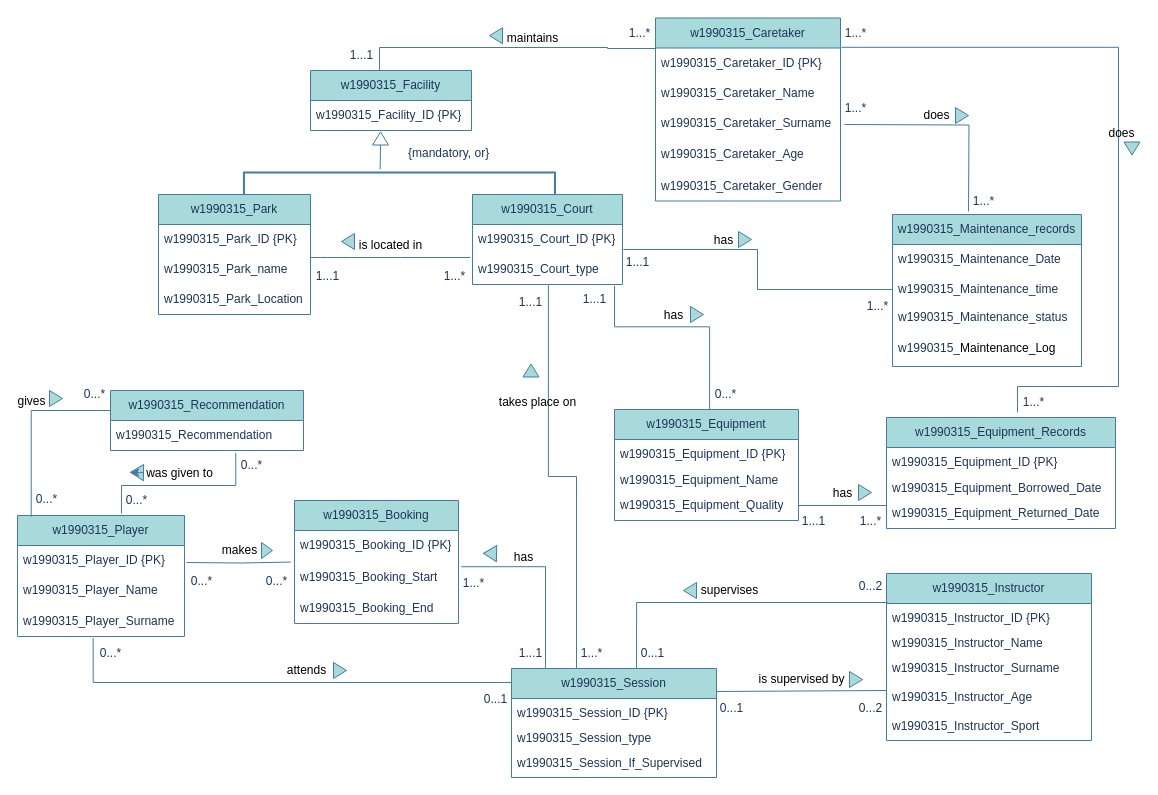
Before: page "Kopia Strona-1" (3 of 3) of DB_cwk.drawio in frajdzia/DB_cwk, a draw.io diagram. Source tidied: cells renumbered, new cells numbered last; positions are measured from the earlier drawing's top-left corner, leaving out a move shared by most shapes. Both pictures are drawn from the tidied source at 100%, with x=0, y=0 at pixel (17, 18).
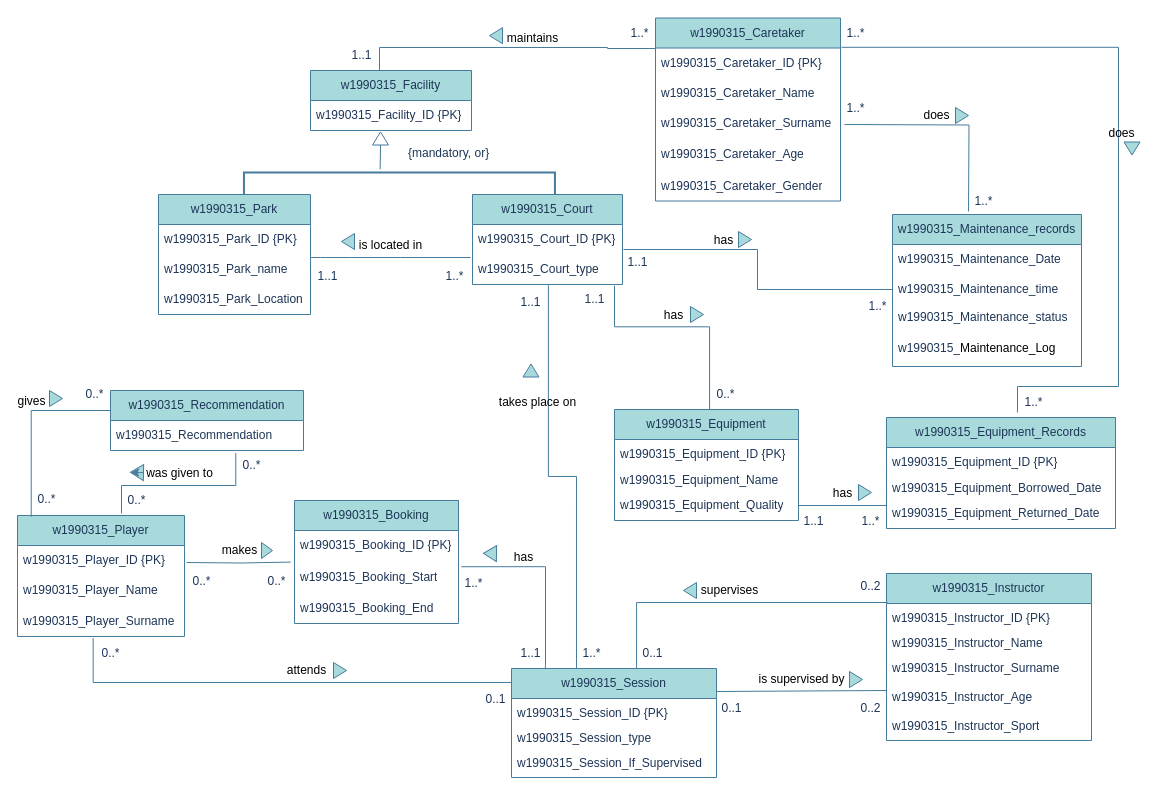
The same page after the edit.

Change to the diagram source:
```diff
@@
-    <mxCell id="85" value="1...1" style="text;html=1;align=center;verticalAlign=middle;whiteSpace=wrap;rounded=0;labelBackgroundColor=none;fontColor=#1D3557;" parent="1" vertex="1">
+    <mxCell id="85" value="1..1" style="text;html=1;align=center;verticalAlign=middle;whiteSpace=wrap;rounded=0;labelBackgroundColor=none;fontColor=#1D3557;" parent="1" vertex="1">
       <mxGeometry x="295" y="243" width="31" height="30" as="geometry" />
     </mxCell>
-    <mxCell id="86" value="1...*" style="text;html=1;align=center;verticalAlign=middle;whiteSpace=wrap;rounded=0;labelBackgroundColor=none;fontColor=#1D3557;" parent="1" vertex="1">
+    <mxCell id="86" value="1..*" style="text;html=1;align=center;verticalAlign=middle;whiteSpace=wrap;rounded=0;labelBackgroundColor=none;fontColor=#1D3557;" parent="1" vertex="1">
       <mxGeometry x="421.5" y="243" width="31" height="30" as="geometry" />
     </mxCell>
-    <mxCell id="87" value="1...*" style="text;html=1;align=center;verticalAlign=middle;whiteSpace=wrap;rounded=0;labelBackgroundColor=none;fontColor=#1D3557;" parent="1" vertex="1">
+    <mxCell id="87" value="1..*" style="text;html=1;align=center;verticalAlign=middle;whiteSpace=wrap;rounded=0;labelBackgroundColor=none;fontColor=#1D3557;" parent="1" vertex="1">
       <mxGeometry x="559" y="620" width="31" height="30" as="geometry" />
     </mxCell>
-    <mxCell id="88" value="1...1" style="text;html=1;align=center;verticalAlign=middle;whiteSpace=wrap;rounded=0;labelBackgroundColor=none;fontColor=#1D3557;" parent="1" vertex="1">
+    <mxCell id="88" value="1..1" style="text;html=1;align=center;verticalAlign=middle;whiteSpace=wrap;rounded=0;labelBackgroundColor=none;fontColor=#1D3557;" parent="1" vertex="1">
       <mxGeometry x="498" y="269" width="31" height="30" as="geometry" />
     </mxCell>
-    <mxCell id="89" value="1...*" style="text;html=1;align=center;verticalAlign=middle;whiteSpace=wrap;rounded=0;labelBackgroundColor=none;fontColor=#1D3557;" parent="1" vertex="1">
+    <mxCell id="89" value="1..*" style="text;html=1;align=center;verticalAlign=middle;whiteSpace=wrap;rounded=0;labelBackgroundColor=none;fontColor=#1D3557;" parent="1" vertex="1">
       <mxGeometry x="441" y="550" width="31" height="30" as="geometry" />
     </mxCell>
-    <mxCell id="90" value="0...*" style="text;html=1;align=center;verticalAlign=middle;whiteSpace=wrap;rounded=0;labelBackgroundColor=none;fontColor=#1D3557;" parent="1" vertex="1">
+    <mxCell id="90" value="0..*" style="text;html=1;align=center;verticalAlign=middle;whiteSpace=wrap;rounded=0;labelBackgroundColor=none;fontColor=#1D3557;" parent="1" vertex="1">
       <mxGeometry x="78" y="620" width="31" height="30" as="geometry" />
     </mxCell>
-    <mxCell id="91" value="0...1" style="text;html=1;align=center;verticalAlign=middle;whiteSpace=wrap;rounded=0;labelBackgroundColor=none;fontColor=#1D3557;" parent="1" vertex="1">
+    <mxCell id="91" value="0..1" style="text;html=1;align=center;verticalAlign=middle;whiteSpace=wrap;rounded=0;labelBackgroundColor=none;fontColor=#1D3557;" parent="1" vertex="1">
       <mxGeometry x="463" y="666" width="31" height="30" as="geometry" />
     </mxCell>
-    <mxCell id="92" value="0...*" style="text;html=1;align=center;verticalAlign=middle;whiteSpace=wrap;rounded=0;labelBackgroundColor=none;fontColor=#1D3557;" parent="1" vertex="1">
+    <mxCell id="92" value="0..*" style="text;html=1;align=center;verticalAlign=middle;whiteSpace=wrap;rounded=0;labelBackgroundColor=none;fontColor=#1D3557;" parent="1" vertex="1">
       <mxGeometry x="169" y="548" width="31" height="30" as="geometry" />
     </mxCell>
-    <mxCell id="93" value="0...*" style="text;html=1;align=center;verticalAlign=middle;whiteSpace=wrap;rounded=0;labelBackgroundColor=none;fontColor=#1D3557;" parent="1" vertex="1">
+    <mxCell id="93" value="0..*" style="text;html=1;align=center;verticalAlign=middle;whiteSpace=wrap;rounded=0;labelBackgroundColor=none;fontColor=#1D3557;" parent="1" vertex="1">
       <mxGeometry x="244" y="548" width="31" height="30" as="geometry" />
     </mxCell>
-    <mxCell id="94" value="0...*" style="text;html=1;align=center;verticalAlign=middle;whiteSpace=wrap;rounded=0;labelBackgroundColor=none;fontColor=#1D3557;" parent="1" vertex="1">
+    <mxCell id="94" value="0..*" style="text;html=1;align=center;verticalAlign=middle;whiteSpace=wrap;rounded=0;labelBackgroundColor=none;fontColor=#1D3557;" parent="1" vertex="1">
       <mxGeometry x="104" y="467" width="31" height="30" as="geometry" />
     </mxCell>
-    <mxCell id="95" value="0...*" style="text;html=1;align=center;verticalAlign=middle;whiteSpace=wrap;rounded=0;labelBackgroundColor=none;fontColor=#1D3557;" parent="1" vertex="1">
+    <mxCell id="95" value="0..*" style="text;html=1;align=center;verticalAlign=middle;whiteSpace=wrap;rounded=0;labelBackgroundColor=none;fontColor=#1D3557;" parent="1" vertex="1">
       <mxGeometry x="219" y="431.5" width="31" height="30" as="geometry" />
     </mxCell>
-    <mxCell id="96" value="0...*" style="text;html=1;align=center;verticalAlign=middle;whiteSpace=wrap;rounded=0;labelBackgroundColor=none;fontColor=#1D3557;" parent="1" vertex="1">
+    <mxCell id="96" value="0..*" style="text;html=1;align=center;verticalAlign=middle;whiteSpace=wrap;rounded=0;labelBackgroundColor=none;fontColor=#1D3557;" parent="1" vertex="1">
       <mxGeometry x="62" y="361" width="31" height="30" as="geometry" />
     </mxCell>
-    <mxCell id="97" value="0...*" style="text;html=1;align=center;verticalAlign=middle;whiteSpace=wrap;rounded=0;labelBackgroundColor=none;fontColor=#1D3557;" parent="1" vertex="1">
+    <mxCell id="97" value="0..*" style="text;html=1;align=center;verticalAlign=middle;whiteSpace=wrap;rounded=0;labelBackgroundColor=none;fontColor=#1D3557;" parent="1" vertex="1">
       <mxGeometry x="14" y="466" width="31" height="30" as="geometry" />
     </mxCell>
-    <mxCell id="98" value="1...1" style="text;html=1;align=center;verticalAlign=middle;whiteSpace=wrap;rounded=0;labelBackgroundColor=none;fontColor=#1D3557;" parent="1" vertex="1">
+    <mxCell id="98" value="1..1" style="text;html=1;align=center;verticalAlign=middle;whiteSpace=wrap;rounded=0;labelBackgroundColor=none;fontColor=#1D3557;" parent="1" vertex="1">
       <mxGeometry x="329" y="22" width="31" height="30" as="geometry" />
     </mxCell>
-    <mxCell id="99" value="1...*" style="text;html=1;align=center;verticalAlign=middle;whiteSpace=wrap;rounded=0;labelBackgroundColor=none;fontColor=#1D3557;" parent="1" vertex="1">
+    <mxCell id="99" value="1..*" style="text;html=1;align=center;verticalAlign=middle;whiteSpace=wrap;rounded=0;labelBackgroundColor=none;fontColor=#1D3557;" parent="1" vertex="1">
       <mxGeometry x="607" y="-0.5" width="31" height="30" as="geometry" />
     </mxCell>
-    <mxCell id="100" value="0...*" style="text;html=1;align=center;verticalAlign=middle;whiteSpace=wrap;rounded=0;labelBackgroundColor=none;fontColor=#1D3557;" parent="1" vertex="1">
+    <mxCell id="100" value="0..*" style="text;html=1;align=center;verticalAlign=middle;whiteSpace=wrap;rounded=0;labelBackgroundColor=none;fontColor=#1D3557;" parent="1" vertex="1">
       <mxGeometry x="693" y="361" width="31" height="30" as="geometry" />
     </mxCell>
-    <mxCell id="101" value="1...1" style="text;html=1;align=center;verticalAlign=middle;whiteSpace=wrap;rounded=0;labelBackgroundColor=none;fontColor=#1D3557;" parent="1" vertex="1">
+    <mxCell id="101" value="1..1" style="text;html=1;align=center;verticalAlign=middle;whiteSpace=wrap;rounded=0;labelBackgroundColor=none;fontColor=#1D3557;" parent="1" vertex="1">
       <mxGeometry x="562" y="266" width="31" height="30" as="geometry" />
     </mxCell>
-    <mxCell id="102" value="1...1" style="text;html=1;align=center;verticalAlign=middle;whiteSpace=wrap;rounded=0;labelBackgroundColor=none;fontColor=#1D3557;" parent="1" vertex="1">
+    <mxCell id="102" value="1..1" style="text;html=1;align=center;verticalAlign=middle;whiteSpace=wrap;rounded=0;labelBackgroundColor=none;fontColor=#1D3557;" parent="1" vertex="1">
       <mxGeometry x="605" y="229" width="31" height="30" as="geometry" />
     </mxCell>
-    <mxCell id="103" value="1...*" style="text;html=1;align=center;verticalAlign=middle;whiteSpace=wrap;rounded=0;labelBackgroundColor=none;fontColor=#1D3557;" parent="1" vertex="1">
+    <mxCell id="103" value="1..*" style="text;html=1;align=center;verticalAlign=middle;whiteSpace=wrap;rounded=0;labelBackgroundColor=none;fontColor=#1D3557;" parent="1" vertex="1">
       <mxGeometry x="845" y="273" width="31" height="30" as="geometry" />
     </mxCell>
-    <mxCell id="104" value="0...1" style="text;html=1;align=center;verticalAlign=middle;whiteSpace=wrap;rounded=0;labelBackgroundColor=none;fontColor=#1D3557;" parent="1" vertex="1">
+    <mxCell id="104" value="0..1" style="text;html=1;align=center;verticalAlign=middle;whiteSpace=wrap;rounded=0;labelBackgroundColor=none;fontColor=#1D3557;" parent="1" vertex="1">
       <mxGeometry x="699" y="675" width="31" height="30" as="geometry" />
     </mxCell>
-    <mxCell id="105" value="0...2" style="text;html=1;align=center;verticalAlign=middle;whiteSpace=wrap;rounded=0;labelBackgroundColor=none;fontColor=#1D3557;" parent="1" vertex="1">
+    <mxCell id="105" value="0..2" style="text;html=1;align=center;verticalAlign=middle;whiteSpace=wrap;rounded=0;labelBackgroundColor=none;fontColor=#1D3557;" parent="1" vertex="1">
       <mxGeometry x="838" y="675" width="31" height="30" as="geometry" />
     </mxCell>
-    <mxCell id="106" value="0...1" style="text;html=1;align=center;verticalAlign=middle;whiteSpace=wrap;rounded=0;labelBackgroundColor=none;fontColor=#1D3557;" parent="1" vertex="1">
+    <mxCell id="106" value="0..1" style="text;html=1;align=center;verticalAlign=middle;whiteSpace=wrap;rounded=0;labelBackgroundColor=none;fontColor=#1D3557;" parent="1" vertex="1">
       <mxGeometry x="620" y="620" width="31" height="30" as="geometry" />
     </mxCell>
-    <mxCell id="107" value="0...2" style="text;html=1;align=center;verticalAlign=middle;whiteSpace=wrap;rounded=0;labelBackgroundColor=none;fontColor=#1D3557;" parent="1" vertex="1">
+    <mxCell id="107" value="0..2" style="text;html=1;align=center;verticalAlign=middle;whiteSpace=wrap;rounded=0;labelBackgroundColor=none;fontColor=#1D3557;" parent="1" vertex="1">
       <mxGeometry x="838" y="553" width="31" height="30" as="geometry" />
     </mxCell>
-    <mxCell id="108" value="1...*" style="text;html=1;align=center;verticalAlign=middle;whiteSpace=wrap;rounded=0;labelBackgroundColor=none;fontColor=#1D3557;" parent="1" vertex="1">
+    <mxCell id="108" value="1..*" style="text;html=1;align=center;verticalAlign=middle;whiteSpace=wrap;rounded=0;labelBackgroundColor=none;fontColor=#1D3557;" parent="1" vertex="1">
       <mxGeometry x="1001" y="369" width="31" height="30" as="geometry" />
     </mxCell>
-    <mxCell id="109" value="1...*" style="text;html=1;align=center;verticalAlign=middle;whiteSpace=wrap;rounded=0;labelBackgroundColor=none;fontColor=#1D3557;" parent="1" vertex="1">
+    <mxCell id="109" value="1..*" style="text;html=1;align=center;verticalAlign=middle;whiteSpace=wrap;rounded=0;labelBackgroundColor=none;fontColor=#1D3557;" parent="1" vertex="1">
       <mxGeometry x="823" y="-0.5" width="31" height="30" as="geometry" />
     </mxCell>
-    <mxCell id="110" value="1...*" style="text;html=1;align=center;verticalAlign=middle;whiteSpace=wrap;rounded=0;labelBackgroundColor=none;fontColor=#1D3557;" parent="1" vertex="1">
+    <mxCell id="110" value="1..*" style="text;html=1;align=center;verticalAlign=middle;whiteSpace=wrap;rounded=0;labelBackgroundColor=none;fontColor=#1D3557;" parent="1" vertex="1">
       <mxGeometry x="823" y="75" width="31" height="30" as="geometry" />
     </mxCell>
-    <mxCell id="111" value="1...*" style="text;html=1;align=center;verticalAlign=middle;whiteSpace=wrap;rounded=0;labelBackgroundColor=none;fontColor=#1D3557;" parent="1" vertex="1">
+    <mxCell id="111" value="1..*" style="text;html=1;align=center;verticalAlign=middle;whiteSpace=wrap;rounded=0;labelBackgroundColor=none;fontColor=#1D3557;" parent="1" vertex="1">
       <mxGeometry x="951" y="168" width="31" height="30" as="geometry" />
     </mxCell>
-    <mxCell id="112" value="1...1" style="text;html=1;align=center;verticalAlign=middle;whiteSpace=wrap;rounded=0;labelBackgroundColor=none;fontColor=#1D3557;" parent="1" vertex="1">
+    <mxCell id="112" value="1..1" style="text;html=1;align=center;verticalAlign=middle;whiteSpace=wrap;rounded=0;labelBackgroundColor=none;fontColor=#1D3557;" parent="1" vertex="1">
       <mxGeometry x="781" y="488" width="31" height="30" as="geometry" />
     </mxCell>
-    <mxCell id="113" value="1...*" style="text;html=1;align=center;verticalAlign=middle;whiteSpace=wrap;rounded=0;labelBackgroundColor=none;fontColor=#1D3557;" parent="1" vertex="1">
+    <mxCell id="113" value="1..*" style="text;html=1;align=center;verticalAlign=middle;whiteSpace=wrap;rounded=0;labelBackgroundColor=none;fontColor=#1D3557;" parent="1" vertex="1">
       <mxGeometry x="838" y="488" width="31" height="30" as="geometry" />
     </mxCell>
-    <mxCell id="114" value="1...1" style="text;html=1;align=center;verticalAlign=middle;whiteSpace=wrap;rounded=0;labelBackgroundColor=none;fontColor=#1D3557;" parent="1" vertex="1">
+    <mxCell id="114" value="1..1" style="text;html=1;align=center;verticalAlign=middle;whiteSpace=wrap;rounded=0;labelBackgroundColor=none;fontColor=#1D3557;" parent="1" vertex="1">
       <mxGeometry x="498" y="620" width="31" height="30" as="geometry" />
     </mxCell>
```
